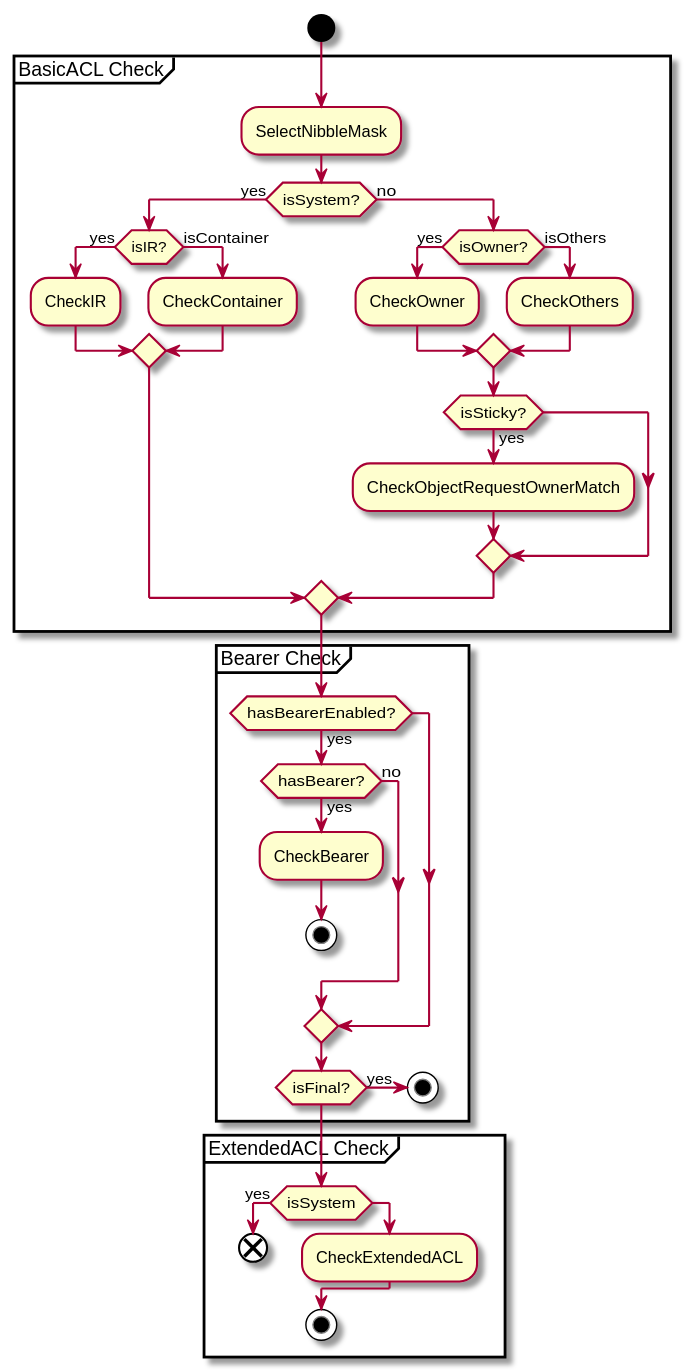
This is 01-arch/pic/acl-order.svg from nspcc-dev/neofs-spec, a PlantUML export, as it was before one commit.
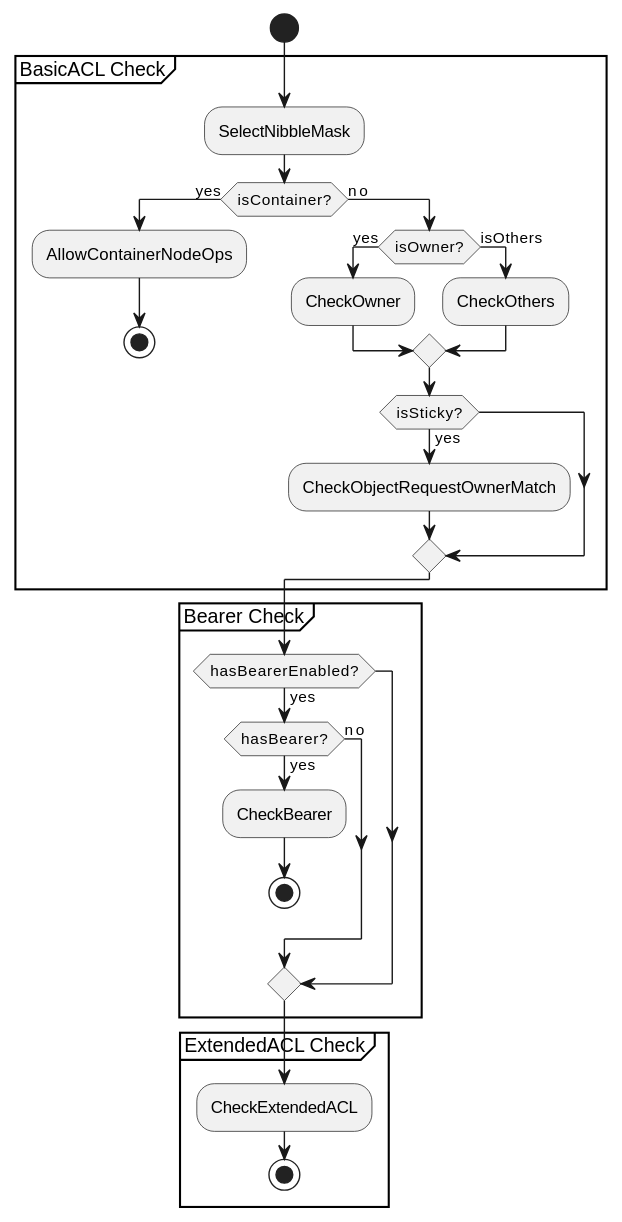
The same file after the commit.

Diff of the diagram source:
```diff
@@ -1,15 +1,10 @@
 @startuml
-
 start
 partition "BasicACL Check" {
 :SelectNibbleMask;
-if (isSystem?) then (yes)
- if (isIR?) then (yes)
-  :CheckIR;
- else (isContainer)
-  :CheckContainer;
-endif
-
+if (isContainer?) then (yes)
+  :AllowContainerNodeOps;
+  stop
 else (no)
   if (isOwner?) then (yes)
     :CheckOwner;
@@ -31,18 +26,10 @@
   endif
 endif
 
-if (isFinal?) then (yes)
-  stop
-endif
 }
 
 partition "ExtendedACL Check" {
-if (isSystem) then (yes)
-end
-else
 :CheckExtendedACL;
-endif
 stop
 }
-
 @enduml
```
